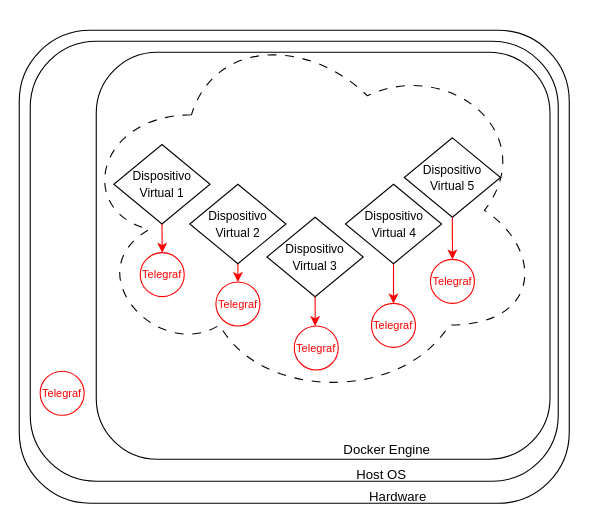
The draw.io diagram texto/Diagrams/v4-prometheus/block-by-block/2 - agents/agents_diagram.drawio in vitorco7/saturmon, before the edit. Source tidied: cells renumbered, new cells numbered last; positions are measured from the earlier drawing's top-left corner, leaving out a move shared by most shapes. Both pictures are drawn from the tidied source at 110%, with x=0, y=0 at pixel (19, 19).
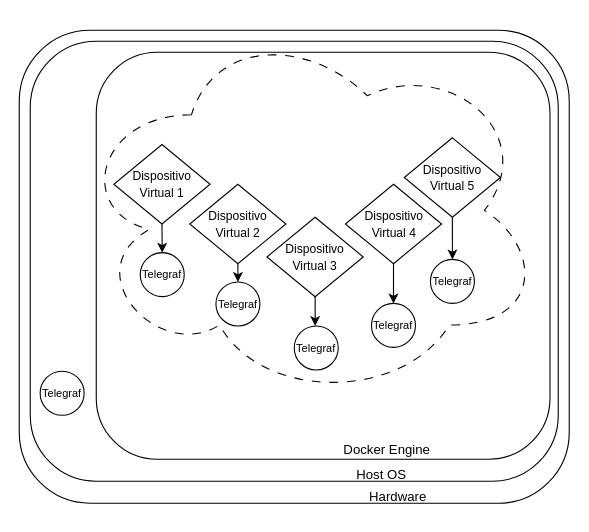
Above is the later version.

Diff of the diagram source:
```diff
@@
-    <mxCell id="2" style="rounded=1;whiteSpace=wrap;html=1;shadow=0;fixDash=0;backgroundOutline=0;movableLabel=0;fixedWidth=0;comic=0;" parent="1" vertex="1">
+    <mxCell id="2" style="rounded=1;whiteSpace=wrap;html=1;shadow=0;fixDash=0;backgroundOutline=0;movableLabel=0;fixedWidth=0;comic=0;fontColor=default;strokeColor=default;" parent="1" vertex="1">
       <mxGeometry y="10" width="500" height="430" as="geometry" />
     </mxCell>
-    <mxCell id="3" style="rounded=1;whiteSpace=wrap;html=1;shadow=0;fixDash=0;backgroundOutline=0;movableLabel=0;fixedWidth=0;comic=0;" parent="1" vertex="1">
+    <mxCell id="3" style="rounded=1;whiteSpace=wrap;html=1;shadow=0;fixDash=0;backgroundOutline=0;movableLabel=0;fixedWidth=0;comic=0;fontColor=default;strokeColor=default;" parent="1" vertex="1">
       <mxGeometry x="10" y="20" width="480" height="400" as="geometry" />
     </mxCell>
-    <mxCell id="4" style="rounded=1;whiteSpace=wrap;html=1;shadow=0;glass=0;perimeterSpacing=1;" parent="1" vertex="1">
+    <mxCell id="4" style="rounded=1;whiteSpace=wrap;html=1;shadow=0;glass=0;perimeterSpacing=1;fontColor=default;strokeColor=default;" parent="1" vertex="1">
       <mxGeometry x="70" y="30" width="412.5" height="370" as="geometry" />
     </mxCell>
-    <mxCell id="5" style="ellipse;shape=cloud;whiteSpace=wrap;html=1;rotation=0;dashed=1;dashPattern=8 8;shadow=0;" parent="1" vertex="1">
+    <mxCell id="5" style="ellipse;shape=cloud;whiteSpace=wrap;html=1;rotation=0;dashed=1;dashPattern=8 8;shadow=0;fontColor=default;strokeColor=default;" parent="1" vertex="1">
       <mxGeometry x="50" width="426.2" height="347.5" as="geometry" />
     </mxCell>
@@
-    <mxCell id="7" value="&lt;div&gt;Hardware&lt;/div&gt;" style="text;html=1;align=center;verticalAlign=middle;strokeColor=none;fillColor=none;shadow=0;" parent="1" vertex="1">
+    <mxCell id="7" value="&lt;div&gt;Hardware&lt;/div&gt;" style="text;html=1;align=center;verticalAlign=middle;strokeColor=none;fillColor=none;shadow=0;fontColor=default;" parent="1" vertex="1">
       <mxGeometry x="304" y="419" width="80" height="30" as="geometry" />
     </mxCell>
-    <mxCell id="8" value="Host OS" style="text;html=1;align=center;verticalAlign=middle;strokeColor=none;fillColor=none;shadow=0;" parent="1" vertex="1">
+    <mxCell id="8" value="Host OS" style="text;html=1;align=center;verticalAlign=middle;strokeColor=none;fillColor=none;shadow=0;fontColor=default;" parent="1" vertex="1">
       <mxGeometry x="294" y="399" width="70" height="30" as="geometry" />
     </mxCell>
-    <mxCell id="9" value="&lt;div&gt;Docker Engine&lt;/div&gt;" style="text;html=1;align=center;verticalAlign=middle;strokeColor=none;fillColor=none;shadow=0;" parent="1" vertex="1">
+    <mxCell id="9" value="&lt;div&gt;Docker Engine&lt;/div&gt;" style="text;html=1;align=center;verticalAlign=middle;strokeColor=none;fillColor=none;shadow=0;fontColor=default;" parent="1" vertex="1">
       <mxGeometry x="284" y="377" width="100" height="30" as="geometry" />
     </mxCell>
-    <mxCell id="10" style="edgeStyle=orthogonalEdgeStyle;rounded=0;jettySize=auto;html=1;exitX=0.5;exitY=1;exitDx=0;exitDy=0;entryX=0.5;entryY=0;entryDx=0;entryDy=0;strokeColor=#FF0000;fontColor=#FF0000;" parent="1" edge="1" source="11" target="22">
+    <mxCell id="10" style="edgeStyle=orthogonalEdgeStyle;rounded=0;jettySize=auto;html=1;exitX=0.5;exitY=1;exitDx=0;exitDy=0;entryX=0.5;entryY=0;entryDx=0;entryDy=0;strokeColor=default;fontColor=default;" parent="1" edge="1" source="11" target="22">
       <mxGeometry relative="1" as="geometry" />
     </mxCell>
-    <mxCell id="11" value="&lt;font style=&quot;font-size: 11px;&quot;&gt;Dispositivo Virtual 1&lt;/font&gt;" style="rhombus;whiteSpace=wrap;html=1;shadow=0;" parent="1" vertex="1">
+    <mxCell id="11" value="&lt;font style=&quot;font-size: 11px;&quot;&gt;Dispositivo Virtual 1&lt;/font&gt;" style="rhombus;whiteSpace=wrap;html=1;shadow=0;fontColor=default;strokeColor=default;" parent="1" vertex="1">
       <mxGeometry x="86" y="113.9" width="87.5" height="72.2" as="geometry" />
     </mxCell>
-    <mxCell id="12" value="Telegraf" style="ellipse;whiteSpace=wrap;html=1;shadow=0;fontSize=10;strokeColor=#FF0000;fontColor=#FF0000;" parent="1" vertex="1">
+    <mxCell id="12" value="Telegraf" style="ellipse;whiteSpace=wrap;html=1;shadow=0;fontSize=10;strokeColor=default;fontColor=default;" parent="1" vertex="1">
       <mxGeometry x="19" y="320" width="40" height="40" as="geometry" />
     </mxCell>
-    <mxCell id="13" style="edgeStyle=orthogonalEdgeStyle;rounded=0;jettySize=auto;html=1;exitX=0.5;exitY=1;exitDx=0;exitDy=0;entryX=0.5;entryY=0;entryDx=0;entryDy=0;strokeColor=#FF0000;fontColor=#FF0000;" parent="1" edge="1" source="14" target="24">
+    <mxCell id="13" style="edgeStyle=orthogonalEdgeStyle;rounded=0;jettySize=auto;html=1;exitX=0.5;exitY=1;exitDx=0;exitDy=0;entryX=0.5;entryY=0;entryDx=0;entryDy=0;strokeColor=default;fontColor=default;" parent="1" edge="1" source="14" target="24">
       <mxGeometry relative="1" as="geometry" />
     </mxCell>
-    <mxCell id="14" value="&lt;font style=&quot;font-size: 11px;&quot;&gt;Dispositivo Virtual 2&lt;/font&gt;" style="rhombus;whiteSpace=wrap;html=1;shadow=0;" parent="1" vertex="1">
+    <mxCell id="14" value="&lt;font style=&quot;font-size: 11px;&quot;&gt;Dispositivo Virtual 2&lt;/font&gt;" style="rhombus;whiteSpace=wrap;html=1;shadow=0;fontColor=default;strokeColor=default;" parent="1" vertex="1">
       <mxGeometry x="155" y="150" width="87.5" height="72.2" as="geometry" />
     </mxCell>
-    <mxCell id="15" style="edgeStyle=orthogonalEdgeStyle;rounded=0;orthogonalLoop=1;jettySize=auto;html=1;exitX=0.5;exitY=1;exitDx=0;exitDy=0;entryX=0.5;entryY=0;entryDx=0;entryDy=0;strokeColor=#FF0000;fontColor=#FF0000;" parent="1" edge="1">
+    <mxCell id="15" style="edgeStyle=orthogonalEdgeStyle;rounded=0;orthogonalLoop=1;jettySize=auto;html=1;exitX=0.5;exitY=1;exitDx=0;exitDy=0;entryX=0.5;entryY=0;entryDx=0;entryDy=0;strokeColor=default;fontColor=default;" parent="1" edge="1">
       <mxGeometry relative="1" as="geometry">
         <mxPoint x="268" y="252.2" as="sourcePoint" />
         <mxPoint x="269" y="278.8" as="targetPoint" />
       </mxGeometry>
     </mxCell>
-    <mxCell id="16" value="&lt;font style=&quot;font-size: 11px;&quot;&gt;Dispositivo Virtual 3&lt;/font&gt;" style="rhombus;whiteSpace=wrap;html=1;shadow=0;" parent="1" vertex="1">
+    <mxCell id="16" value="&lt;font style=&quot;font-size: 11px;&quot;&gt;Dispositivo Virtual 3&lt;/font&gt;" style="rhombus;whiteSpace=wrap;html=1;shadow=0;fontColor=default;strokeColor=default;" parent="1" vertex="1">
       <mxGeometry x="225.2" y="180" width="87.5" height="72.2" as="geometry" />
     </mxCell>
-    <mxCell id="17" style="edgeStyle=orthogonalEdgeStyle;rounded=0;jettySize=auto;html=1;exitX=0.5;exitY=1;exitDx=0;exitDy=0;entryX=0.5;entryY=0;entryDx=0;entryDy=0;strokeColor=#FF0000;fontColor=#FF0000;" parent="1" edge="1" source="18" target="23">
+    <mxCell id="17" style="edgeStyle=orthogonalEdgeStyle;rounded=0;jettySize=auto;html=1;exitX=0.5;exitY=1;exitDx=0;exitDy=0;entryX=0.5;entryY=0;entryDx=0;entryDy=0;strokeColor=default;fontColor=default;" parent="1" edge="1" source="18" target="23">
       <mxGeometry relative="1" as="geometry" />
     </mxCell>
-    <mxCell id="18" value="&lt;font style=&quot;font-size: 11px;&quot;&gt;Dispositivo Virtual 5&lt;/font&gt;" style="rhombus;whiteSpace=wrap;html=1;shadow=0;" parent="1" vertex="1">
+    <mxCell id="18" value="&lt;font style=&quot;font-size: 11px;&quot;&gt;Dispositivo Virtual 5&lt;/font&gt;" style="rhombus;whiteSpace=wrap;html=1;shadow=0;fontColor=default;strokeColor=default;" parent="1" vertex="1">
       <mxGeometry x="350" y="107.8" width="87.5" height="72.2" as="geometry" />
     </mxCell>
-    <mxCell id="19" style="edgeStyle=orthogonalEdgeStyle;rounded=0;jettySize=auto;html=1;exitX=0.5;exitY=1;exitDx=0;exitDy=0;entryX=0.5;entryY=0;entryDx=0;entryDy=0;strokeColor=#FF0000;fontColor=#FF0000;" parent="1" edge="1" source="20" target="25">
+    <mxCell id="19" style="edgeStyle=orthogonalEdgeStyle;rounded=0;jettySize=auto;html=1;exitX=0.5;exitY=1;exitDx=0;exitDy=0;entryX=0.5;entryY=0;entryDx=0;entryDy=0;strokeColor=default;fontColor=default;" parent="1" edge="1" source="20" target="25">
       <mxGeometry relative="1" as="geometry" />
     </mxCell>
-    <mxCell id="20" value="&lt;div&gt;&lt;font style=&quot;font-size: 11px;&quot;&gt;Dispositivo Virtual 4&lt;/font&gt;&lt;/div&gt;" style="rhombus;whiteSpace=wrap;html=1;shadow=0;" parent="1" vertex="1">
+    <mxCell id="20" value="&lt;div&gt;&lt;font style=&quot;font-size: 11px;&quot;&gt;Dispositivo Virtual 4&lt;/font&gt;&lt;/div&gt;" style="rhombus;whiteSpace=wrap;html=1;shadow=0;fontColor=default;strokeColor=default;" parent="1" vertex="1">
       <mxGeometry x="296.5" y="150" width="87.5" height="72.2" as="geometry" />
     </mxCell>
-    <mxCell id="21" value="Telegraf" style="ellipse;whiteSpace=wrap;html=1;shadow=0;fontSize=10;strokeColor=#FF0000;fontColor=#FF0000;" parent="1" vertex="1">
+    <mxCell id="21" value="Telegraf" style="ellipse;whiteSpace=wrap;html=1;shadow=0;fontSize=10;strokeColor=default;fontColor=default;" parent="1" vertex="1">
       <mxGeometry x="250" y="278.8" width="40" height="40" as="geometry" />
     </mxCell>
-    <mxCell id="22" value="Telegraf" style="ellipse;whiteSpace=wrap;html=1;shadow=0;fontSize=10;strokeColor=#FF0000;fontColor=#FF0000;" parent="1" vertex="1">
+    <mxCell id="22" value="Telegraf" style="ellipse;whiteSpace=wrap;html=1;shadow=0;fontSize=10;strokeColor=default;fontColor=default;" parent="1" vertex="1">
       <mxGeometry x="110" y="212.2" width="40" height="40" as="geometry" />
     </mxCell>
-    <mxCell id="23" value="Telegraf" style="ellipse;whiteSpace=wrap;html=1;shadow=0;fontSize=10;strokeColor=#FF0000;fontColor=#FF0000;" parent="1" vertex="1">
+    <mxCell id="23" value="Telegraf" style="ellipse;whiteSpace=wrap;html=1;shadow=0;fontSize=10;strokeColor=default;fontColor=default;" parent="1" vertex="1">
       <mxGeometry x="373.8" y="218.3" width="40" height="40" as="geometry" />
     </mxCell>
-    <mxCell id="24" value="Telegraf" style="ellipse;whiteSpace=wrap;html=1;shadow=0;fontSize=10;strokeColor=#FF0000;fontColor=#FF0000;" parent="1" vertex="1">
+    <mxCell id="24" value="Telegraf" style="ellipse;whiteSpace=wrap;html=1;shadow=0;fontSize=10;strokeColor=default;fontColor=default;" parent="1" vertex="1">
       <mxGeometry x="178.8" y="238.8" width="40" height="40" as="geometry" />
     </mxCell>
-    <mxCell id="25" value="Telegraf" style="ellipse;whiteSpace=wrap;html=1;shadow=0;fontSize=10;strokeColor=#FF0000;fontColor=#FF0000;" parent="1" vertex="1">
+    <mxCell id="25" value="Telegraf" style="ellipse;whiteSpace=wrap;html=1;shadow=0;fontSize=10;strokeColor=default;fontColor=default;" parent="1" vertex="1">
       <mxGeometry x="320.2" y="258.3" width="40" height="40" as="geometry" />
     </mxCell>
```
